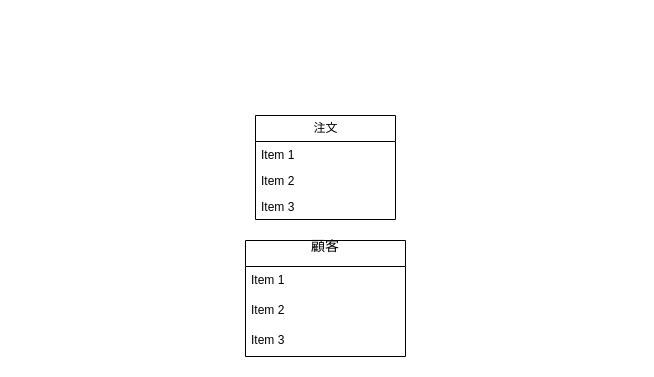
namacosansan/ER keeps this draw.io diagram as 3-1.drawio. Above is the earlier version. Source tidied: cells renumbered, new cells numbered last; positions are measured from the earlier drawing's top-left corner, leaving out a move shared by most shapes. Both pictures are drawn from the tidied source at 100%, with x=0, y=0 at pixel (245, 115).
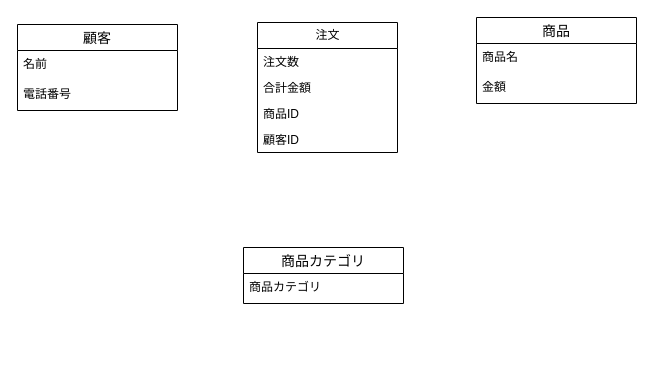
The same page after the edit.

Change to the diagram source:
```diff
@@
 <mxGraphModel>
   <root>
     <mxCell id="0" />
     <mxCell id="1" parent="0" />
     <mxCell id="2" value="注文" style="swimlane;fontStyle=0;horizontal=1;startSize=26;fillColor=none;html=1;" parent="1" vertex="1">
-      <mxGeometry x="10" width="140" height="104" as="geometry" />
+      <mxGeometry x="12" y="-93" width="140" height="130" as="geometry" />
     </mxCell>
-    <mxCell id="3" value="Item 1" style="text;strokeColor=none;fillColor=none;align=left;verticalAlign=top;spacingLeft=4;spacingRight=4;overflow=hidden;whiteSpace=wrap;html=1;" parent="2" vertex="1">
+    <mxCell id="3" value="注文数" style="text;strokeColor=none;fillColor=none;align=left;verticalAlign=top;spacingLeft=4;spacingRight=4;overflow=hidden;whiteSpace=wrap;html=1;" parent="2" vertex="1">
       <mxGeometry y="26" width="140" height="26" as="geometry" />
     </mxCell>
-    <mxCell id="4" value="Item 2" style="text;strokeColor=none;fillColor=none;align=left;verticalAlign=top;spacingLeft=4;spacingRight=4;overflow=hidden;whiteSpace=wrap;html=1;" parent="2" vertex="1">
+    <mxCell id="4" value="合計金額" style="text;strokeColor=none;fillColor=none;align=left;verticalAlign=top;spacingLeft=4;spacingRight=4;overflow=hidden;whiteSpace=wrap;html=1;" parent="2" vertex="1">
       <mxGeometry y="52" width="140" height="26" as="geometry" />
     </mxCell>
-    <mxCell id="5" value="Item 3" style="text;strokeColor=none;fillColor=none;align=left;verticalAlign=top;spacingLeft=4;spacingRight=4;overflow=hidden;whiteSpace=wrap;html=1;" parent="2" vertex="1">
+    <mxCell id="5" value="&lt;div&gt;商品ID&lt;/div&gt;" style="text;strokeColor=none;fillColor=none;align=left;verticalAlign=top;spacingLeft=4;spacingRight=4;overflow=hidden;whiteSpace=wrap;html=1;" parent="2" vertex="1">
       <mxGeometry y="78" width="140" height="26" as="geometry" />
     </mxCell>
+    <mxCell id="10" value="&lt;div&gt;顧客ID&lt;/div&gt;" style="text;strokeColor=none;fillColor=none;align=left;verticalAlign=top;spacingLeft=4;spacingRight=4;overflow=hidden;whiteSpace=wrap;html=1;" parent="2" vertex="1">
+      <mxGeometry y="104" width="140" height="26" as="geometry" />
+    </mxCell>
-    <mxCell id="6" value="顧客&#10;" style="swimlane;fontStyle=0;horizontal=1;startSize=26;align=center;fontSize=14;" parent="1" vertex="1">
-      <mxGeometry y="125" width="160" height="116" as="geometry" />
+    <mxCell id="6" value="顧客" style="swimlane;fontStyle=0;horizontal=1;startSize=26;align=center;fontSize=14;" parent="1" vertex="1">
+      <mxGeometry x="-228" y="-91" width="160" height="86" as="geometry" />
     </mxCell>
-    <mxCell id="7" value="Item 1" style="text;strokeColor=none;fillColor=none;spacingLeft=4;spacingRight=4;overflow=hidden;fontSize=12;whiteSpace=wrap;html=1;" parent="6" vertex="1">
+    <mxCell id="7" value="名前" style="text;strokeColor=none;fillColor=none;spacingLeft=4;spacingRight=4;overflow=hidden;fontSize=12;whiteSpace=wrap;html=1;" parent="6" vertex="1">
       <mxGeometry y="26" width="160" height="30" as="geometry" />
     </mxCell>
-    <mxCell id="8" value="Item 2" style="text;strokeColor=none;fillColor=none;spacingLeft=4;spacingRight=4;overflow=hidden;fontSize=12;whiteSpace=wrap;html=1;" parent="6" vertex="1">
+    <mxCell id="8" value="電話番号" style="text;strokeColor=none;fillColor=none;spacingLeft=4;spacingRight=4;overflow=hidden;fontSize=12;whiteSpace=wrap;html=1;" parent="6" vertex="1">
       <mxGeometry y="56" width="160" height="30" as="geometry" />
     </mxCell>
-    <mxCell id="9" value="Item 3" style="text;strokeColor=none;fillColor=none;spacingLeft=4;spacingRight=4;overflow=hidden;fontSize=12;whiteSpace=wrap;html=1;" parent="6" vertex="1">
-      <mxGeometry y="86" width="160" height="30" as="geometry" />
-    </mxCell>
+    <mxCell id="11" value="商品" style="swimlane;fontStyle=0;horizontal=1;startSize=26;align=center;fontSize=14;" parent="1" vertex="1">
+      <mxGeometry x="231" y="-98" width="160" height="86" as="geometry" />
+    </mxCell>
+    <mxCell id="12" value="商品名" style="text;strokeColor=none;fillColor=none;spacingLeft=4;spacingRight=4;overflow=hidden;fontSize=12;whiteSpace=wrap;html=1;" parent="11" vertex="1">
+      <mxGeometry y="26" width="160" height="30" as="geometry" />
+    </mxCell>
+    <mxCell id="13" value="金額" style="text;strokeColor=none;fillColor=none;spacingLeft=4;spacingRight=4;overflow=hidden;fontSize=12;whiteSpace=wrap;html=1;" parent="11" vertex="1">
+      <mxGeometry y="56" width="160" height="30" as="geometry" />
+    </mxCell>
+    <mxCell id="14" value="商品カテゴリ" style="swimlane;fontStyle=0;horizontal=1;startSize=26;align=center;fontSize=14;" parent="1" vertex="1">
+      <mxGeometry x="-2" y="132" width="160" height="56" as="geometry" />
+    </mxCell>
+    <mxCell id="15" value="商品カテゴリ" style="text;strokeColor=none;fillColor=none;spacingLeft=4;spacingRight=4;overflow=hidden;fontSize=12;whiteSpace=wrap;html=1;" parent="14" vertex="1">
+      <mxGeometry y="26" width="160" height="30" as="geometry" />
+    </mxCell>
   </root>
 </mxGraphModel>
```
